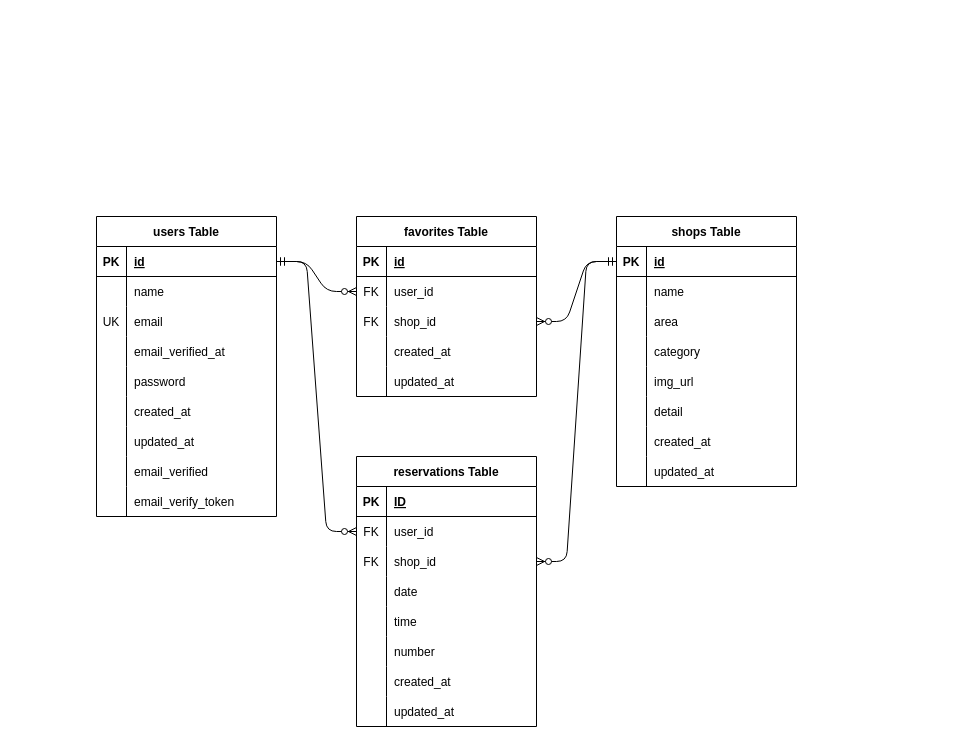
nan888999/rese keeps this draw.io diagram as .drawio. Above is the earlier version. Source tidied: cells renumbered, new cells numbered last; positions are measured from the earlier drawing's top-left corner, leaving out a move shared by most shapes. Both pictures are drawn from the tidied source at 100%, with x=0, y=0 at pixel (96, 216).
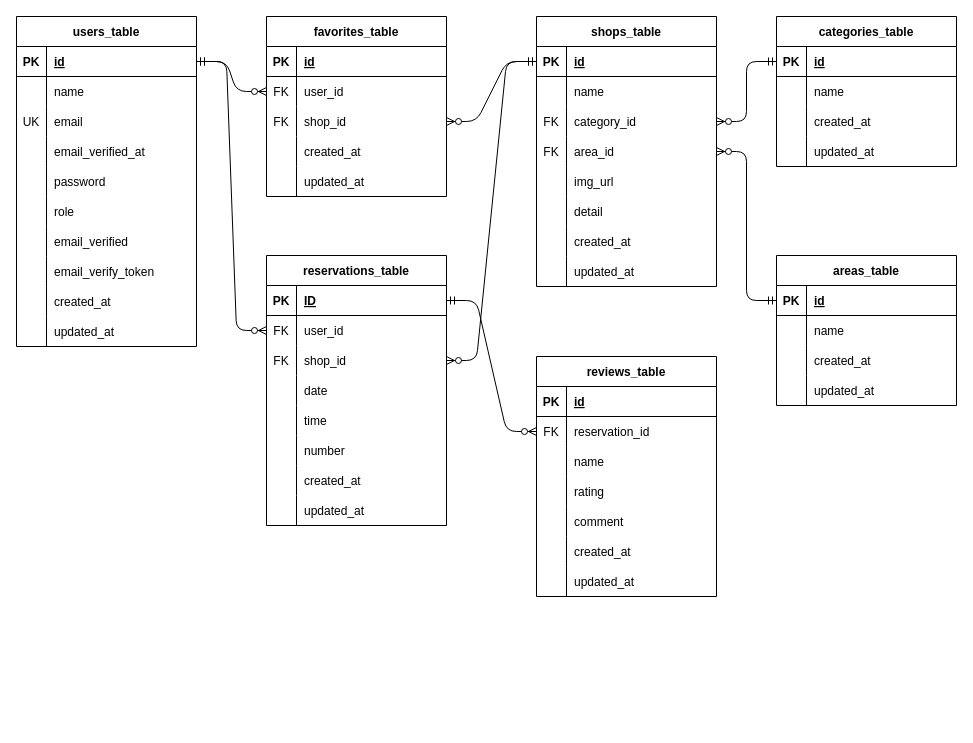
The same diagram, later.

Unchanged cells that the change refers to:
```xml
<mxCell id="74" style="shape=tableRow;horizontal=0;startSize=0;swimlaneHead=0;swimlaneBody=0;fillColor=none;points=[[0,0.5],[1,0.5]];portConstraint=eastwest;top=0;left=0;right=0;bottom=1;" parent="73" vertex="1">
  <mxGeometry y="30" width="180" height="30" as="geometry" />
</mxCell>
```

The edit, as a diff of the source:
```diff
@@
-    <mxCell id="2" value="users Table" style="shape=table;startSize=30;childLayout=tableLayout;rowLines=0;fontStyle=1;align=center;" parent="1" vertex="1">
-      <mxGeometry width="180" height="300" as="geometry" />
+    <mxCell id="2" value="users_table" style="shape=table;startSize=30;childLayout=tableLayout;rowLines=0;fontStyle=1;align=center;" parent="1" vertex="1">
+      <mxGeometry x="-80" y="-200" width="180" height="330" as="geometry" />
     </mxCell>
@@
+    <mxCell id="100" style="shape=tableRow;horizontal=0;startSize=0;swimlaneHead=0;swimlaneBody=0;fillColor=none;top=0;left=0;right=0;bottom=0;" parent="2" vertex="1">
+      <mxGeometry y="180" width="180" height="30" as="geometry" />
+    </mxCell>
+    <mxCell id="101" style="shape=partialRectangle;fillColor=none;top=0;left=0;bottom=0;right=0;overflow=hidden;" parent="100" vertex="1">
+      <mxGeometry width="30" height="30" as="geometry" />
+    </mxCell>
+    <mxCell id="102" value="role" style="shape=partialRectangle;fillColor=none;top=0;left=0;bottom=0;right=0;align=left;spacingLeft=6;overflow=hidden;" parent="100" vertex="1">
+      <mxGeometry x="30" width="150" height="30" as="geometry" />
+    </mxCell>
+    <mxCell id="24" style="shape=tableRow;horizontal=0;startSize=0;swimlaneHead=0;swimlaneBody=0;fillColor=none;top=0;left=0;right=0;bottom=0;" parent="2" vertex="1">
+      <mxGeometry y="210" width="180" height="30" as="geometry" />
+    </mxCell>
+    <mxCell id="25" style="shape=partialRectangle;fillColor=none;top=0;left=0;bottom=0;right=0;overflow=hidden;" parent="24" vertex="1">
+      <mxGeometry width="30" height="30" as="geometry" />
+    </mxCell>
+    <mxCell id="26" value="email_verified" style="shape=partialRectangle;fillColor=none;top=0;left=0;bottom=0;right=0;align=left;spacingLeft=6;overflow=hidden;" parent="24" vertex="1">
+      <mxGeometry x="30" width="150" height="30" as="geometry" />
+    </mxCell>
+    <mxCell id="27" style="shape=tableRow;horizontal=0;startSize=0;swimlaneHead=0;swimlaneBody=0;fillColor=none;top=0;left=0;right=0;bottom=0;" parent="2" vertex="1">
+      <mxGeometry y="240" width="180" height="30" as="geometry" />
+    </mxCell>
+    <mxCell id="28" style="shape=partialRectangle;fillColor=none;top=0;left=0;bottom=0;right=0;overflow=hidden;" parent="27" vertex="1">
+      <mxGeometry width="30" height="30" as="geometry" />
+    </mxCell>
+    <mxCell id="29" value="email_verify_token" style="shape=partialRectangle;fillColor=none;top=0;left=0;bottom=0;right=0;align=left;spacingLeft=6;overflow=hidden;" parent="27" vertex="1">
+      <mxGeometry x="30" width="150" height="30" as="geometry" />
+    </mxCell>
     <mxCell id="18" style="shape=tableRow;horizontal=0;startSize=0;swimlaneHead=0;swimlaneBody=0;fillColor=none;top=0;left=0;right=0;bottom=0;" parent="2" vertex="1">
-      <mxGeometry y="180" width="180" height="30" as="geometry" />
+      <mxGeometry y="270" width="180" height="30" as="geometry" />
     </mxCell>
@@
     <mxCell id="21" style="shape=tableRow;horizontal=0;startSize=0;swimlaneHead=0;swimlaneBody=0;fillColor=none;top=0;left=0;right=0;bottom=0;" parent="2" vertex="1">
-      <mxGeometry y="210" width="180" height="30" as="geometry" />
+      <mxGeometry y="300" width="180" height="30" as="geometry" />
     </mxCell>
@@
-    <mxCell id="24" style="shape=tableRow;horizontal=0;startSize=0;swimlaneHead=0;swimlaneBody=0;fillColor=none;top=0;left=0;right=0;bottom=0;" parent="2" vertex="1">
-      <mxGeometry y="240" width="180" height="30" as="geometry" />
-    </mxCell>
-    <mxCell id="25" style="shape=partialRectangle;fillColor=none;top=0;left=0;bottom=0;right=0;overflow=hidden;" parent="24" vertex="1">
-      <mxGeometry width="30" height="30" as="geometry" />
-    </mxCell>
-    <mxCell id="26" value="email_verified" style="shape=partialRectangle;fillColor=none;top=0;left=0;bottom=0;right=0;align=left;spacingLeft=6;overflow=hidden;" parent="24" vertex="1">
-      <mxGeometry x="30" width="150" height="30" as="geometry" />
-    </mxCell>
-    <mxCell id="27" style="shape=tableRow;horizontal=0;startSize=0;swimlaneHead=0;swimlaneBody=0;fillColor=none;top=0;left=0;right=0;bottom=0;" parent="2" vertex="1">
-      <mxGeometry y="270" width="180" height="30" as="geometry" />
-    </mxCell>
-    <mxCell id="28" style="shape=partialRectangle;fillColor=none;top=0;left=0;bottom=0;right=0;overflow=hidden;" parent="27" vertex="1">
-      <mxGeometry width="30" height="30" as="geometry" />
-    </mxCell>
-    <mxCell id="29" value="email_verify_token" style="shape=partialRectangle;fillColor=none;top=0;left=0;bottom=0;right=0;align=left;spacingLeft=6;overflow=hidden;" parent="27" vertex="1">
-      <mxGeometry x="30" width="150" height="30" as="geometry" />
-    </mxCell>
-    <mxCell id="30" value="shops Table" style="shape=table;startSize=30;childLayout=tableLayout;rowLines=0;fontStyle=1;align=center;" parent="1" vertex="1">
-      <mxGeometry x="520" width="180" height="270" as="geometry" />
+    <mxCell id="30" value="shops_table" style="shape=table;startSize=30;childLayout=tableLayout;rowLines=0;fontStyle=1;align=center;" parent="1" vertex="1">
+      <mxGeometry x="440" y="-200" width="180" height="270" as="geometry" />
     </mxCell>
@@
+    <mxCell id="40" style="shape=tableRow;horizontal=0;startSize=0;swimlaneHead=0;swimlaneBody=0;fillColor=none;points=[[0,0.5],[1,0.5]];portConstraint=eastwest;top=0;left=0;right=0;bottom=0;" parent="30" vertex="1">
+      <mxGeometry y="90" width="180" height="30" as="geometry" />
+    </mxCell>
+    <mxCell id="41" value="FK" style="shape=partialRectangle;fillColor=none;top=0;left=0;bottom=0;right=0;overflow=hidden;" parent="40" vertex="1">
+      <mxGeometry width="30" height="30" as="geometry" />
+    </mxCell>
+    <mxCell id="42" value="category_id" style="shape=partialRectangle;fillColor=none;top=0;left=0;bottom=0;right=0;align=left;spacingLeft=6;overflow=hidden;" parent="40" vertex="1">
+      <mxGeometry x="30" width="150" height="30" as="geometry" />
+    </mxCell>
     <mxCell id="37" style="shape=tableRow;horizontal=0;startSize=0;swimlaneHead=0;swimlaneBody=0;fillColor=none;points=[[0,0.5],[1,0.5]];portConstraint=eastwest;top=0;left=0;right=0;bottom=0;" parent="30" vertex="1">
-      <mxGeometry y="90" width="180" height="30" as="geometry" />
+      <mxGeometry y="120" width="180" height="30" as="geometry" />
     </mxCell>
-    <mxCell id="38" style="shape=partialRectangle;fillColor=none;top=0;left=0;bottom=0;right=0;overflow=hidden;" parent="37" vertex="1">
+    <mxCell id="38" value="FK" style="shape=partialRectangle;fillColor=none;top=0;left=0;bottom=0;right=0;overflow=hidden;" parent="37" vertex="1">
       <mxGeometry width="30" height="30" as="geometry" />
     </mxCell>
-    <mxCell id="39" value="area" style="shape=partialRectangle;fillColor=none;top=0;left=0;bottom=0;right=0;align=left;spacingLeft=6;overflow=hidden;" parent="37" vertex="1">
+    <mxCell id="39" value="area_id" style="shape=partialRectangle;fillColor=none;top=0;left=0;bottom=0;right=0;align=left;spacingLeft=6;overflow=hidden;" parent="37" vertex="1">
       <mxGeometry x="30" width="150" height="30" as="geometry" />
     </mxCell>
-    <mxCell id="40" style="shape=tableRow;horizontal=0;startSize=0;swimlaneHead=0;swimlaneBody=0;fillColor=none;points=[[0,0.5],[1,0.5]];portConstraint=eastwest;top=0;left=0;right=0;bottom=0;" parent="30" vertex="1">
-      <mxGeometry y="120" width="180" height="30" as="geometry" />
-    </mxCell>
-    <mxCell id="41" style="shape=partialRectangle;fillColor=none;top=0;left=0;bottom=0;right=0;overflow=hidden;" parent="40" vertex="1">
-      <mxGeometry width="30" height="30" as="geometry" />
-    </mxCell>
-    <mxCell id="42" value="category" style="shape=partialRectangle;fillColor=none;top=0;left=0;bottom=0;right=0;align=left;spacingLeft=6;overflow=hidden;" parent="40" vertex="1">
-      <mxGeometry x="30" width="150" height="30" as="geometry" />
-    </mxCell>
@@
-    <mxCell id="55" value="favorites Table" style="shape=table;startSize=30;childLayout=tableLayout;rowLines=0;fontStyle=1;align=center;" parent="1" vertex="1">
-      <mxGeometry x="260" width="180" height="180" as="geometry" />
+    <mxCell id="55" value="favorites_table" style="shape=table;startSize=30;childLayout=tableLayout;rowLines=0;fontStyle=1;align=center;" parent="1" vertex="1">
+      <mxGeometry x="170" y="-200" width="180" height="180" as="geometry" />
     </mxCell>
@@
-    <mxCell id="73" value="reservations Table" style="shape=table;startSize=30;childLayout=tableLayout;rowLines=0;fontStyle=1;align=center;" parent="1" vertex="1">
-      <mxGeometry x="260" y="240" width="180" height="270" as="geometry" />
+    <mxCell id="73" value="reservations_table" style="shape=table;startSize=30;childLayout=tableLayout;rowLines=0;fontStyle=1;align=center;" parent="1" vertex="1">
+      <mxGeometry x="170" y="39" width="180" height="270" as="geometry" />
     </mxCell>
@@
+    <mxCell id="103" value="categories_table" style="shape=table;startSize=30;childLayout=tableLayout;rowLines=0;fontStyle=1;align=center;" parent="1" vertex="1">
+      <mxGeometry x="680" y="-200" width="180" height="150" as="geometry" />
+    </mxCell>
+    <mxCell id="104" style="shape=tableRow;horizontal=0;startSize=0;swimlaneHead=0;swimlaneBody=0;fillColor=none;points=[[0,0.5],[1,0.5]];portConstraint=eastwest;top=0;left=0;right=0;bottom=1;" parent="103" vertex="1">
+      <mxGeometry y="30" width="180" height="30" as="geometry" />
+    </mxCell>
+    <mxCell id="105" value="PK" style="shape=partialRectangle;fillColor=none;top=0;left=0;bottom=0;right=0;fontStyle=1;overflow=hidden;" parent="104" vertex="1">
+      <mxGeometry width="30" height="30" as="geometry" />
+    </mxCell>
+    <mxCell id="106" value="id" style="shape=partialRectangle;fillColor=none;top=0;left=0;bottom=0;right=0;align=left;spacingLeft=6;fontStyle=5;overflow=hidden;" parent="104" vertex="1">
+      <mxGeometry x="30" width="150" height="30" as="geometry" />
+    </mxCell>
+    <mxCell id="107" style="shape=tableRow;horizontal=0;startSize=0;swimlaneHead=0;swimlaneBody=0;fillColor=none;top=0;left=0;right=0;bottom=0;" parent="103" vertex="1">
+      <mxGeometry y="60" width="180" height="30" as="geometry" />
+    </mxCell>
+    <mxCell id="108" style="shape=partialRectangle;fillColor=none;top=0;left=0;bottom=0;right=0;overflow=hidden;" parent="107" vertex="1">
+      <mxGeometry width="30" height="30" as="geometry" />
+    </mxCell>
+    <mxCell id="109" value="name" style="shape=partialRectangle;fillColor=none;top=0;left=0;bottom=0;right=0;align=left;spacingLeft=6;overflow=hidden;" parent="107" vertex="1">
+      <mxGeometry x="30" width="150" height="30" as="geometry" />
+    </mxCell>
+    <mxCell id="110" style="shape=tableRow;horizontal=0;startSize=0;swimlaneHead=0;swimlaneBody=0;fillColor=none;top=0;left=0;right=0;bottom=0;" parent="103" vertex="1">
+      <mxGeometry y="90" width="180" height="30" as="geometry" />
+    </mxCell>
+    <mxCell id="111" style="shape=partialRectangle;fillColor=none;top=0;left=0;bottom=0;right=0;overflow=hidden;" parent="110" vertex="1">
+      <mxGeometry width="30" height="30" as="geometry" />
+    </mxCell>
+    <mxCell id="112" value="created_at" style="shape=partialRectangle;fillColor=none;top=0;left=0;bottom=0;right=0;align=left;spacingLeft=6;overflow=hidden;" parent="110" vertex="1">
+      <mxGeometry x="30" width="150" height="30" as="geometry" />
+    </mxCell>
+    <mxCell id="113" style="shape=tableRow;horizontal=0;startSize=0;swimlaneHead=0;swimlaneBody=0;fillColor=none;top=0;left=0;right=0;bottom=0;" parent="103" vertex="1">
+      <mxGeometry y="120" width="180" height="30" as="geometry" />
+    </mxCell>
+    <mxCell id="114" style="shape=partialRectangle;fillColor=none;top=0;left=0;bottom=0;right=0;overflow=hidden;" parent="113" vertex="1">
+      <mxGeometry width="30" height="30" as="geometry" />
+    </mxCell>
+    <mxCell id="115" value="updated_at" style="shape=partialRectangle;fillColor=none;top=0;left=0;bottom=0;right=0;align=left;spacingLeft=6;overflow=hidden;" parent="113" vertex="1">
+      <mxGeometry x="30" width="150" height="30" as="geometry" />
+    </mxCell>
+    <mxCell id="116" value="areas_table" style="shape=table;startSize=30;childLayout=tableLayout;rowLines=0;fontStyle=1;align=center;" parent="1" vertex="1">
+      <mxGeometry x="680" y="39" width="180" height="150" as="geometry" />
+    </mxCell>
+    <mxCell id="117" style="shape=tableRow;horizontal=0;startSize=0;swimlaneHead=0;swimlaneBody=0;fillColor=none;points=[[0,0.5],[1,0.5]];portConstraint=eastwest;top=0;left=0;right=0;bottom=1;" parent="116" vertex="1">
+      <mxGeometry y="30" width="180" height="30" as="geometry" />
+    </mxCell>
+    <mxCell id="118" value="PK" style="shape=partialRectangle;fillColor=none;top=0;left=0;bottom=0;right=0;fontStyle=1;overflow=hidden;" parent="117" vertex="1">
+      <mxGeometry width="30" height="30" as="geometry" />
+    </mxCell>
+    <mxCell id="119" value="id" style="shape=partialRectangle;fillColor=none;top=0;left=0;bottom=0;right=0;align=left;spacingLeft=6;fontStyle=5;overflow=hidden;" parent="117" vertex="1">
+      <mxGeometry x="30" width="150" height="30" as="geometry" />
+    </mxCell>
+    <mxCell id="120" style="shape=tableRow;horizontal=0;startSize=0;swimlaneHead=0;swimlaneBody=0;fillColor=none;top=0;left=0;right=0;bottom=0;" parent="116" vertex="1">
+      <mxGeometry y="60" width="180" height="30" as="geometry" />
+    </mxCell>
+    <mxCell id="121" style="shape=partialRectangle;fillColor=none;top=0;left=0;bottom=0;right=0;overflow=hidden;" parent="120" vertex="1">
+      <mxGeometry width="30" height="30" as="geometry" />
+    </mxCell>
+    <mxCell id="122" value="name" style="shape=partialRectangle;fillColor=none;top=0;left=0;bottom=0;right=0;align=left;spacingLeft=6;overflow=hidden;" parent="120" vertex="1">
+      <mxGeometry x="30" width="150" height="30" as="geometry" />
+    </mxCell>
+    <mxCell id="123" style="shape=tableRow;horizontal=0;startSize=0;swimlaneHead=0;swimlaneBody=0;fillColor=none;top=0;left=0;right=0;bottom=0;" parent="116" vertex="1">
+      <mxGeometry y="90" width="180" height="30" as="geometry" />
+    </mxCell>
+    <mxCell id="124" style="shape=partialRectangle;fillColor=none;top=0;left=0;bottom=0;right=0;overflow=hidden;" parent="123" vertex="1">
+      <mxGeometry width="30" height="30" as="geometry" />
+    </mxCell>
+    <mxCell id="125" value="created_at" style="shape=partialRectangle;fillColor=none;top=0;left=0;bottom=0;right=0;align=left;spacingLeft=6;overflow=hidden;" parent="123" vertex="1">
+      <mxGeometry x="30" width="150" height="30" as="geometry" />
+    </mxCell>
+    <mxCell id="126" style="shape=tableRow;horizontal=0;startSize=0;swimlaneHead=0;swimlaneBody=0;fillColor=none;top=0;left=0;right=0;bottom=0;" parent="116" vertex="1">
+      <mxGeometry y="120" width="180" height="30" as="geometry" />
+    </mxCell>
+    <mxCell id="127" style="shape=partialRectangle;fillColor=none;top=0;left=0;bottom=0;right=0;overflow=hidden;" parent="126" vertex="1">
+      <mxGeometry width="30" height="30" as="geometry" />
+    </mxCell>
+    <mxCell id="128" value="updated_at" style="shape=partialRectangle;fillColor=none;top=0;left=0;bottom=0;right=0;align=left;spacingLeft=6;overflow=hidden;" parent="126" vertex="1">
+      <mxGeometry x="30" width="150" height="30" as="geometry" />
+    </mxCell>
+    <mxCell id="129" style="fontSize=12;html=1;endArrow=ERzeroToMany;startArrow=ERmandOne;exitX=0;exitY=0.5;exitDx=0;exitDy=0;entryX=1;entryY=0.5;entryDx=0;entryDy=0;edgeStyle=orthogonalEdgeStyle;" parent="1" edge="1" source="104" target="40">
+      <mxGeometry relative="1" as="geometry" />
+    </mxCell>
+    <mxCell id="130" style="fontSize=12;html=1;endArrow=ERzeroToMany;startArrow=ERmandOne;exitX=0;exitY=0.5;exitDx=0;exitDy=0;edgeStyle=orthogonalEdgeStyle;" parent="1" edge="1" source="117" target="37">
+      <mxGeometry relative="1" as="geometry" />
+    </mxCell>
+    <mxCell id="131" value="reviews_table" style="shape=table;startSize=30;childLayout=tableLayout;rowLines=0;fontStyle=1;align=center;" parent="1" vertex="1">
+      <mxGeometry x="440" y="140" width="180" height="240" as="geometry" />
+    </mxCell>
+    <mxCell id="132" style="shape=tableRow;horizontal=0;startSize=0;swimlaneHead=0;swimlaneBody=0;fillColor=none;top=0;left=0;right=0;bottom=1;" parent="131" vertex="1">
+      <mxGeometry y="30" width="180" height="30" as="geometry" />
+    </mxCell>
+    <mxCell id="133" value="PK" style="shape=partialRectangle;fillColor=none;top=0;left=0;bottom=0;right=0;fontStyle=1;overflow=hidden;" parent="132" vertex="1">
+      <mxGeometry width="30" height="30" as="geometry" />
+    </mxCell>
+    <mxCell id="134" value="id" style="shape=partialRectangle;fillColor=none;top=0;left=0;bottom=0;right=0;align=left;spacingLeft=6;fontStyle=5;overflow=hidden;" parent="132" vertex="1">
+      <mxGeometry x="30" width="150" height="30" as="geometry" />
+    </mxCell>
+    <mxCell id="135" style="shape=tableRow;horizontal=0;startSize=0;swimlaneHead=0;swimlaneBody=0;fillColor=none;points=[[0,0.5],[1,0.5]];portConstraint=eastwest;top=0;left=0;right=0;bottom=0;" parent="131" vertex="1">
+      <mxGeometry y="60" width="180" height="30" as="geometry" />
+    </mxCell>
+    <mxCell id="136" value="FK" style="shape=partialRectangle;fillColor=none;top=0;left=0;bottom=0;right=0;overflow=hidden;" parent="135" vertex="1">
+      <mxGeometry width="30" height="30" as="geometry" />
+    </mxCell>
+    <mxCell id="137" value="reservation_id" style="shape=partialRectangle;fillColor=none;top=0;left=0;bottom=0;right=0;align=left;spacingLeft=6;overflow=hidden;" parent="135" vertex="1">
+      <mxGeometry x="30" width="150" height="30" as="geometry" />
+    </mxCell>
+    <mxCell id="138" style="shape=tableRow;horizontal=0;startSize=0;swimlaneHead=0;swimlaneBody=0;fillColor=none;top=0;left=0;right=0;bottom=0;" parent="131" vertex="1">
+      <mxGeometry y="90" width="180" height="30" as="geometry" />
+    </mxCell>
+    <mxCell id="139" style="shape=partialRectangle;fillColor=none;top=0;left=0;bottom=0;right=0;overflow=hidden;" parent="138" vertex="1">
+      <mxGeometry width="30" height="30" as="geometry" />
+    </mxCell>
+    <mxCell id="140" value="name" style="shape=partialRectangle;fillColor=none;top=0;left=0;bottom=0;right=0;align=left;spacingLeft=6;overflow=hidden;" parent="138" vertex="1">
+      <mxGeometry x="30" width="150" height="30" as="geometry" />
+    </mxCell>
+    <mxCell id="141" style="shape=tableRow;horizontal=0;startSize=0;swimlaneHead=0;swimlaneBody=0;fillColor=none;top=0;left=0;right=0;bottom=0;" parent="131" vertex="1">
+      <mxGeometry y="120" width="180" height="30" as="geometry" />
+    </mxCell>
+    <mxCell id="142" style="shape=partialRectangle;fillColor=none;top=0;left=0;bottom=0;right=0;overflow=hidden;" parent="141" vertex="1">
+      <mxGeometry width="30" height="30" as="geometry" />
+    </mxCell>
+    <mxCell id="143" value="rating" style="shape=partialRectangle;fillColor=none;top=0;left=0;bottom=0;right=0;align=left;spacingLeft=6;overflow=hidden;" parent="141" vertex="1">
+      <mxGeometry x="30" width="150" height="30" as="geometry" />
+    </mxCell>
+    <mxCell id="144" style="shape=tableRow;horizontal=0;startSize=0;swimlaneHead=0;swimlaneBody=0;fillColor=none;top=0;left=0;right=0;bottom=0;" parent="131" vertex="1">
+      <mxGeometry y="150" width="180" height="30" as="geometry" />
+    </mxCell>
+    <mxCell id="145" style="shape=partialRectangle;fillColor=none;top=0;left=0;bottom=0;right=0;overflow=hidden;" parent="144" vertex="1">
+      <mxGeometry width="30" height="30" as="geometry" />
+    </mxCell>
+    <mxCell id="146" value="comment" style="shape=partialRectangle;fillColor=none;top=0;left=0;bottom=0;right=0;align=left;spacingLeft=6;overflow=hidden;" parent="144" vertex="1">
+      <mxGeometry x="30" width="150" height="30" as="geometry" />
+    </mxCell>
+    <mxCell id="147" style="shape=tableRow;horizontal=0;startSize=0;swimlaneHead=0;swimlaneBody=0;fillColor=none;top=0;left=0;right=0;bottom=0;" parent="131" vertex="1">
+      <mxGeometry y="180" width="180" height="30" as="geometry" />
+    </mxCell>
+    <mxCell id="148" style="shape=partialRectangle;fillColor=none;top=0;left=0;bottom=0;right=0;overflow=hidden;" parent="147" vertex="1">
+      <mxGeometry width="30" height="30" as="geometry" />
+    </mxCell>
+    <mxCell id="149" value="created_at" style="shape=partialRectangle;fillColor=none;top=0;left=0;bottom=0;right=0;align=left;spacingLeft=6;overflow=hidden;" parent="147" vertex="1">
+      <mxGeometry x="30" width="150" height="30" as="geometry" />
+    </mxCell>
+    <mxCell id="150" style="shape=tableRow;horizontal=0;startSize=0;swimlaneHead=0;swimlaneBody=0;fillColor=none;top=0;left=0;right=0;bottom=0;" parent="131" vertex="1">
+      <mxGeometry y="210" width="180" height="30" as="geometry" />
+    </mxCell>
+    <mxCell id="151" style="shape=partialRectangle;fillColor=none;top=0;left=0;bottom=0;right=0;overflow=hidden;" parent="150" vertex="1">
+      <mxGeometry width="30" height="30" as="geometry" />
+    </mxCell>
+    <mxCell id="152" value="updated_at" style="shape=partialRectangle;fillColor=none;top=0;left=0;bottom=0;right=0;align=left;spacingLeft=6;overflow=hidden;" parent="150" vertex="1">
+      <mxGeometry x="30" width="150" height="30" as="geometry" />
+    </mxCell>
+    <mxCell id="153" style="edgeStyle=entityRelationEdgeStyle;fontSize=12;html=1;endArrow=ERzeroToMany;startArrow=ERmandOne;exitX=1;exitY=0.5;exitDx=0;exitDy=0;entryX=0;entryY=0.5;entryDx=0;entryDy=0;" parent="1" edge="1" source="74" target="135">
+      <mxGeometry relative="1" as="geometry" />
+    </mxCell>
```
